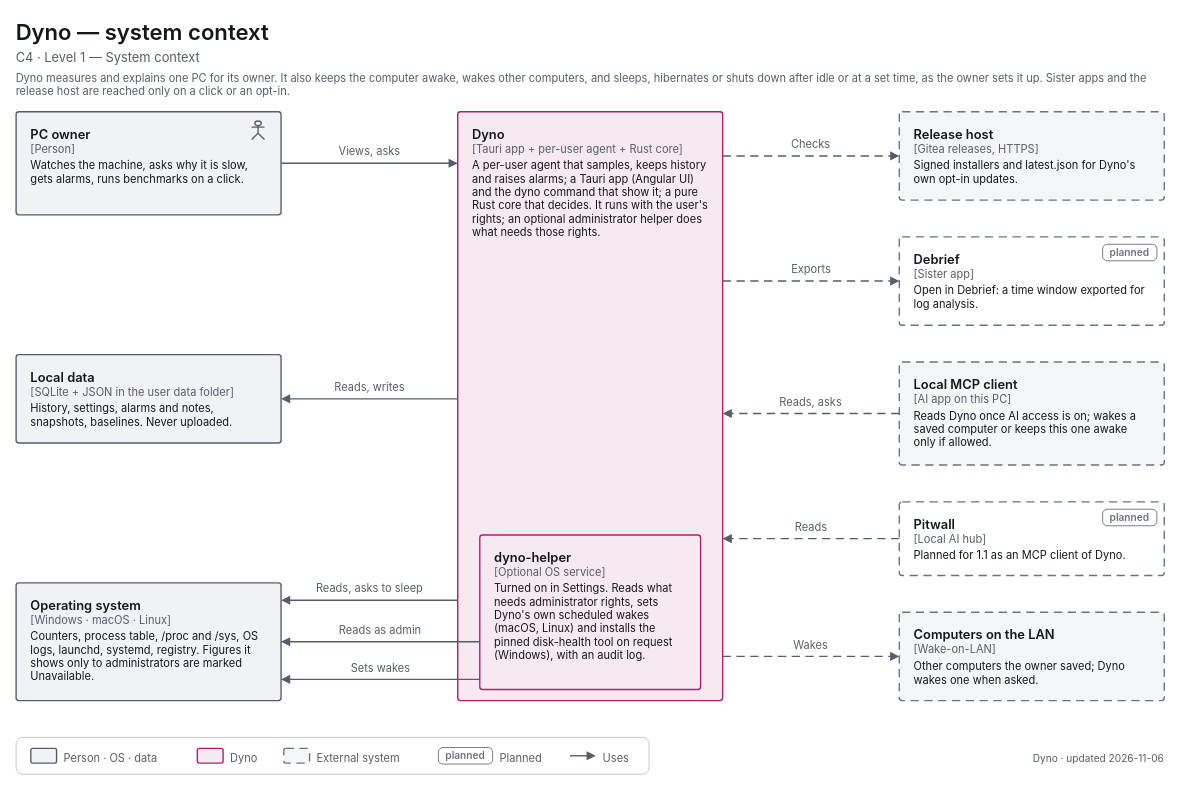
Before: apps/dyno/diagrams/c4-1-context.drawio in decryp7/paddock, a draw.io diagram. Source tidied: cells renumbered, new cells numbered last; positions are measured from the earlier drawing's top-left corner, leaving out a move shared by most shapes. Both pictures are drawn from the tidied source at 92%, with x=0, y=0 at pixel (16, 16).
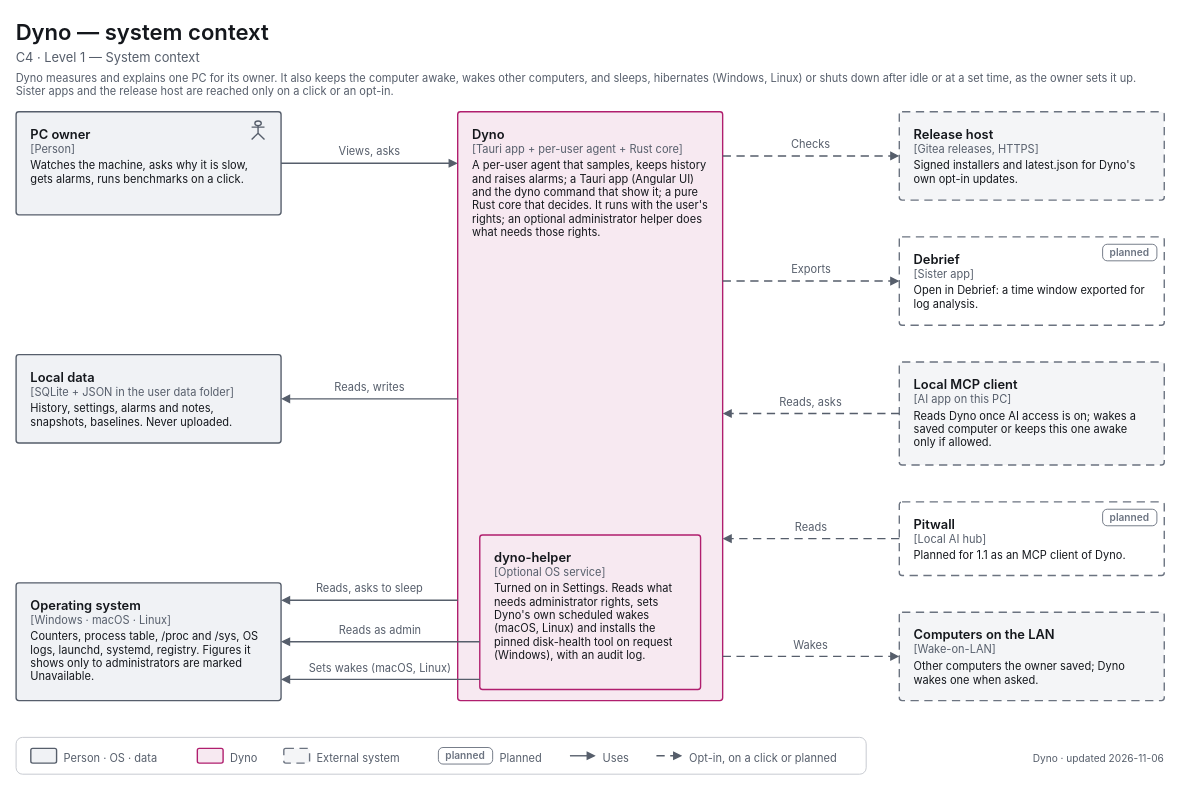
The same diagram, later.

Change to the diagram source:
```diff
@@
-    <mxCell id="4" value="&lt;span style=&quot;font-size:12px;font-weight:400&quot;&gt;Dyno measures and explains one PC for its owner. It also keeps the computer awake, wakes other computers, and sleeps, hibernates or shuts down after idle or at a set time, as the owner sets it up. Sister apps and the release host are reached only on a click or an opt-in.&lt;/span&gt;" style="html=1;whiteSpace=wrap;fontFamily=-apple-system,BlinkMacSystemFont,Segoe UI,system-ui,sans-serif;fontSize=12;fontColor=light-dark(#14171C,#ECEEF1);text;strokeColor=none;fillColor=none;align=left;verticalAlign=top;spacing=0;fontColor=light-dark(#565E6B,#A0A7B2);" parent="1" vertex="1">
+    <mxCell id="4" value="&lt;span style=&quot;font-size:12px;font-weight:400&quot;&gt;Dyno measures and explains one PC for its owner. It also keeps the computer awake, wakes other computers, and sleeps, hibernates (Windows, Linux) or shuts down after idle or at a set time, as the owner sets it up. Sister apps and the release host are reached only on a click or an opt-in.&lt;/span&gt;" style="html=1;whiteSpace=wrap;fontFamily=-apple-system,BlinkMacSystemFont,Segoe UI,system-ui,sans-serif;fontSize=12;fontColor=light-dark(#14171C,#ECEEF1);text;strokeColor=none;fillColor=none;align=left;verticalAlign=top;spacing=0;fontColor=light-dark(#565E6B,#A0A7B2);" parent="1" vertex="1">
       <mxGeometry y="56" width="1248" height="20" as="geometry" />
     </mxCell>
@@
-    <mxCell id="25" value="&lt;span style=&quot;font-size:12px;font-weight:400&quot;&gt;Sets wakes&lt;/span&gt;" style="html=1;whiteSpace=wrap;fontFamily=-apple-system,BlinkMacSystemFont,Segoe UI,system-ui,sans-serif;fontSize=12;fontColor=light-dark(#14171C,#ECEEF1);text;strokeColor=none;fillColor=none;align=center;verticalAlign=top;spacing=0;fontColor=light-dark(#565E6B,#A0A7B2);" parent="1" vertex="1">
-      <mxGeometry x="356" y="697" width="81" height="18" as="geometry" />
+    <mxCell id="25" value="&lt;span style=&quot;font-size:12px;font-weight:400&quot;&gt;Sets wakes (macOS, Linux)&lt;/span&gt;" style="html=1;whiteSpace=wrap;fontFamily=-apple-system,BlinkMacSystemFont,Segoe UI,system-ui,sans-serif;fontSize=12;fontColor=light-dark(#14171C,#ECEEF1);text;strokeColor=none;fillColor=none;align=center;verticalAlign=top;spacing=0;fontColor=light-dark(#565E6B,#A0A7B2);" parent="1" vertex="1">
+      <mxGeometry x="309" y="697" width="174" height="18" as="geometry" />
     </mxCell>
@@
     <mxCell id="38" style="rounded=1;absoluteArcSize=1;arcSize=14;strokeWidth=1;strokeColor=light-dark(#C4C7CD,#353A42);fillColor=none;" parent="1" vertex="1">
-      <mxGeometry y="784" width="688" height="40" as="geometry" />
+      <mxGeometry y="784" width="924" height="40" as="geometry" />
     </mxCell>
@@
+    <mxCell id="50" style="edgeStyle=none;rounded=1;html=1;strokeWidth=1.5;strokeColor=light-dark(#565E6B,#A0A7B2);endArrow=block;endFill=1;endSize=6;dashed=1;dashPattern=6 4;" parent="1" edge="1">
+      <mxGeometry relative="1" as="geometry">
+        <mxPoint x="696" y="804" as="sourcePoint" />
+        <mxPoint x="724" y="804" as="targetPoint" />
+      </mxGeometry>
+    </mxCell>
+    <mxCell id="51" value="&lt;span style=&quot;font-size:12px;font-weight:400&quot;&gt;Opt-in, on a click or planned&lt;/span&gt;" style="html=1;whiteSpace=wrap;fontFamily=-apple-system,BlinkMacSystemFont,Segoe UI,system-ui,sans-serif;fontSize=12;fontColor=light-dark(#14171C,#ECEEF1);text;strokeColor=none;fillColor=none;align=left;verticalAlign=top;spacing=0;fontColor=light-dark(#565E6B,#A0A7B2);" parent="1" vertex="1">
+      <mxGeometry x="732" y="795" width="176" height="18" as="geometry" />
+    </mxCell>
```
